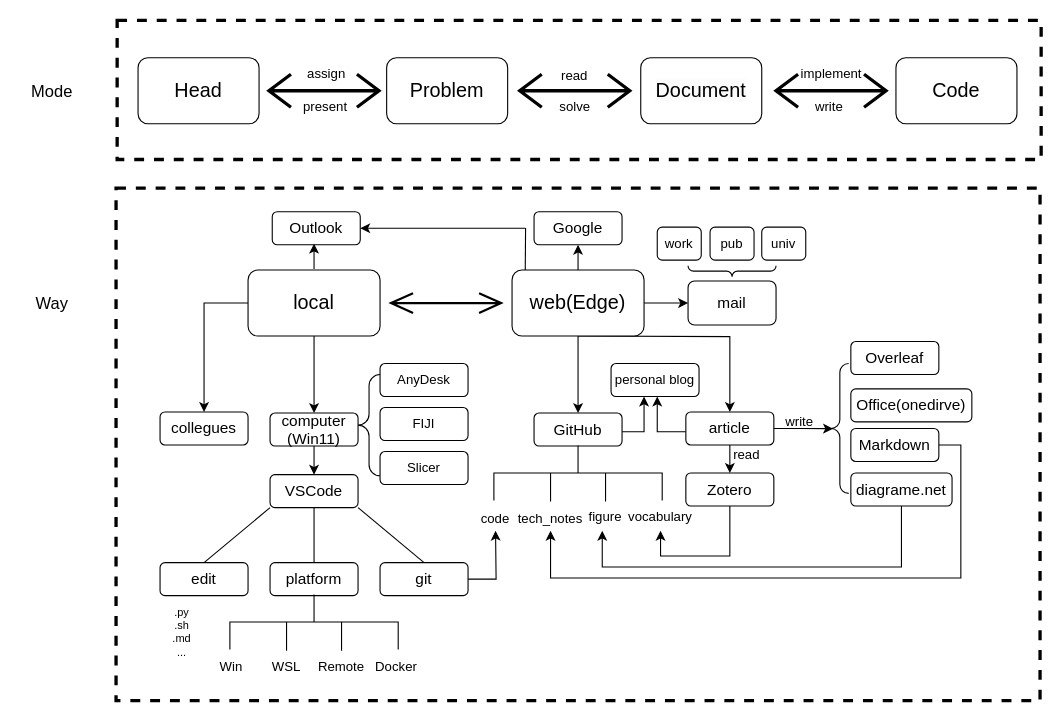
The draw.io diagram page "work routine" (5 of 8) of Fig_CS/Figure-Factory.drawio in jizhang02/Figure-Factory, before the edit. Source tidied: cells renumbered, new cells numbered last; positions are measured from the earlier drawing's top-left corner, leaving out a move shared by most shapes. Both pictures are drawn from the tidied source at 110%, with x=0, y=0 at pixel (19, 20).
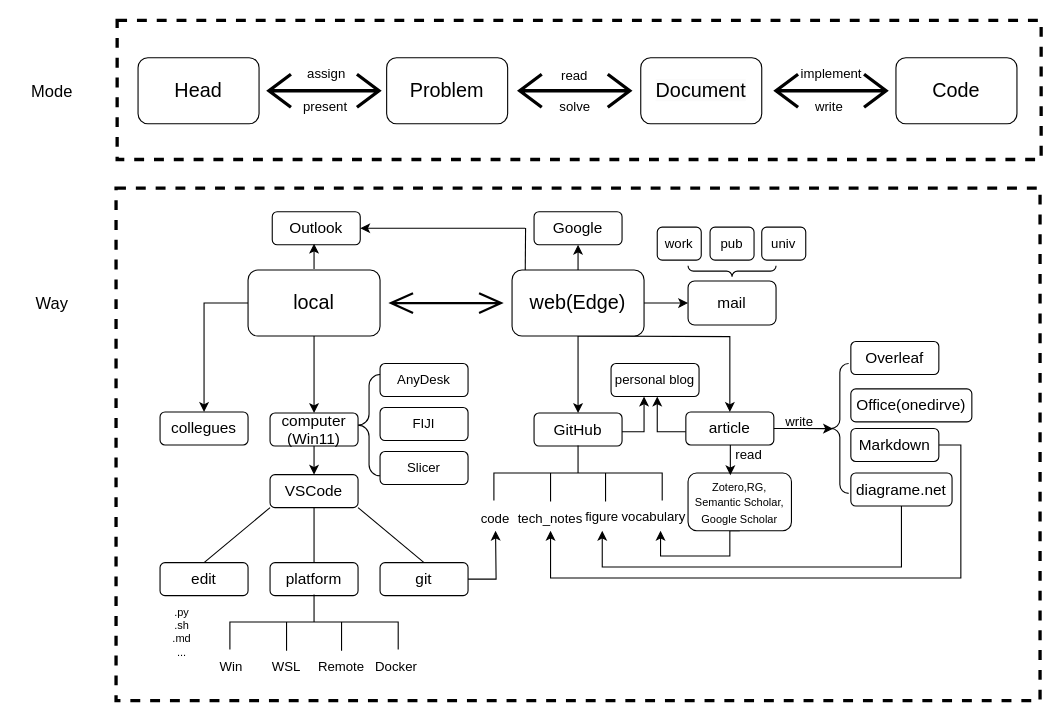
Above is the later version.

The change refers to these unchanged cells:
```xml
<mxCell id="67" value="&lt;font style=&quot;font-size: 14px;&quot;&gt;article&lt;/font&gt;" style="rounded=1;whiteSpace=wrap;html=1;fontSize=12;" parent="1" vertex="1">
  <mxGeometry x="606" y="356" width="80" height="30" as="geometry" />
</mxCell>
```

Diff of the diagram source:
```diff
@@
     <mxCell id="64" value="figure" style="text;html=1;strokeColor=none;fillColor=none;align=center;verticalAlign=middle;whiteSpace=wrap;rounded=0;fontSize=12;strokeWidth=1;" parent="1" vertex="1">
-      <mxGeometry x="508" y="437" width="50" height="30" as="geometry" />
+      <mxGeometry x="505" y="437" width="50" height="30" as="geometry" />
     </mxCell>
     <mxCell id="65" value="vocabulary" style="text;html=1;strokeColor=none;fillColor=none;align=center;verticalAlign=middle;whiteSpace=wrap;rounded=0;fontSize=12;strokeWidth=1;" parent="1" vertex="1">
-      <mxGeometry x="558" y="437" width="50" height="30" as="geometry" />
+      <mxGeometry x="552" y="437" width="50" height="30" as="geometry" />
     </mxCell>
@@
-    <mxCell id="76" value="&lt;font style=&quot;font-size: 14px;&quot;&gt;Zotero&lt;/font&gt;" style="rounded=1;whiteSpace=wrap;html=1;fontSize=12;" parent="1" vertex="1">
-      <mxGeometry x="606" y="411.5" width="80" height="30" as="geometry" />
+    <mxCell id="76" value="&lt;font style=&quot;font-size: 10px;&quot;&gt;Zotero,RG, Semantic Scholar, Google Scholar&lt;/font&gt;" style="rounded=1;whiteSpace=wrap;html=1;fontSize=12;" parent="1" vertex="1">
+      <mxGeometry x="608" y="411.5" width="94" height="52.5" as="geometry" />
     </mxCell>
-    <mxCell id="77" style="edgeStyle=orthogonalEdgeStyle;rounded=0;jettySize=auto;html=1;fontSize=12;" parent="1" edge="1" source="67" target="76">
-      <mxGeometry relative="1" as="geometry" />
+    <mxCell id="77" style="edgeStyle=orthogonalEdgeStyle;rounded=0;jettySize=auto;html=1;fontSize=12;entryX=0.409;entryY=0.039;entryDx=0;entryDy=0;entryPerimeter=0;" parent="1" edge="1" source="67" target="76">
+      <mxGeometry relative="1" as="geometry">
+        <Array as="points">
+          <mxPoint x="646" y="414" />
+          <mxPoint x="646" y="414" />
+        </Array>
+      </mxGeometry>
     </mxCell>
     <mxCell id="78" value="read" style="text;html=1;align=center;verticalAlign=middle;strokeColor=none;fillColor=none;fontSize=12;" parent="1" vertex="1">
-      <mxGeometry x="636" y="380" width="50" height="30" as="geometry" />
+      <mxGeometry x="638" y="380" width="50" height="30" as="geometry" />
     </mxCell>
```
